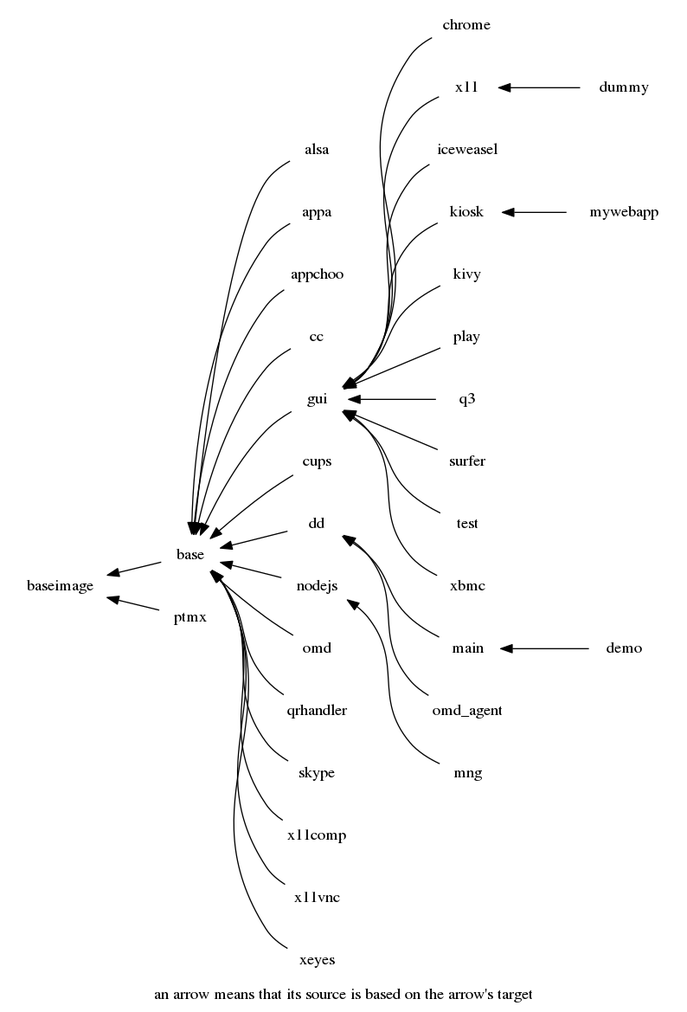
hilbert/hilbert-docker-images keeps this Graphviz diagram as docs/deps.png. Above is the earlier version. Its source is kept beside it as docs/deps.dot.
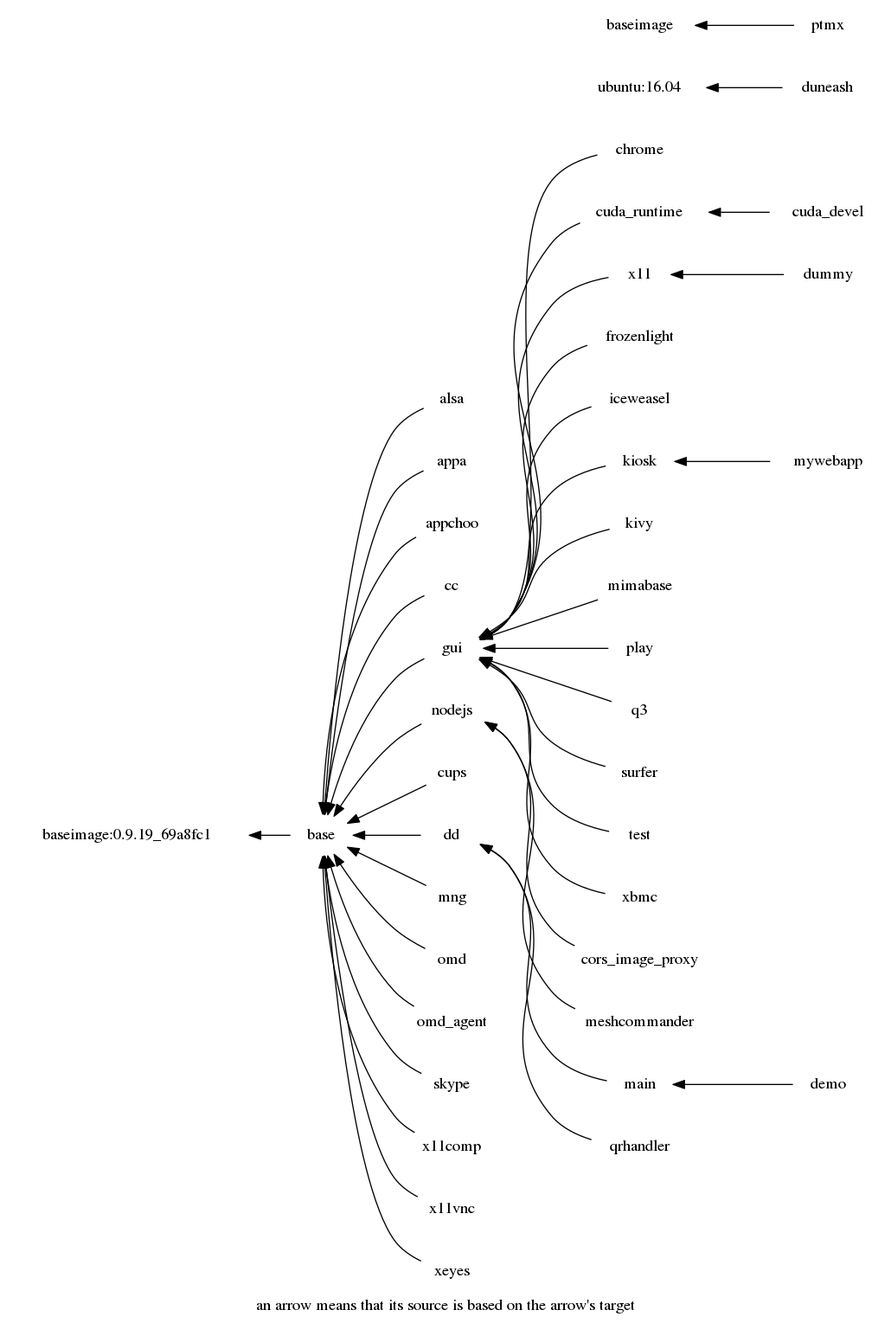
Later version of the same file.

Commit message:
Update dependency tree between images

The edit, as a diff of the source:
```diff
@@ -2,27 +2,34 @@
 "alsa" -> "base" ;
 "appa" -> "base" ;
 "appchoo" -> "base" ;
-"base" -> "baseimage" ;
+"base" -> "baseimage:0.9.19_69a8fc1" ;
 "cc" -> "base" ;
 "chrome" -> "gui" ;
+"cors_image_proxy" -> "nodejs" ;
+"cuda_devel" -> "cuda_runtime" ;
+"cuda_runtime" -> "gui" ;
 "cups" -> "base" ;
 "dd" -> "base" ;
 "demo" -> "main" ;
 "dummy" -> "x11" ;
+"duneash" -> "ubuntu:16.04" ;
+"frozenlight" -> "gui" ;
 "gui" -> "base" ;
 "iceweasel" -> "gui" ;
 "kiosk" -> "gui" ;
 "kivy" -> "gui" ;
 "main" -> "dd" ;
-"mng" -> "nodejs" ;
+"meshcommander" -> "nodejs" ;
+"mimabase" -> "gui" ;
+"mng" -> "base" ;
 "mywebapp" -> "kiosk" ;
 "nodejs" -> "base" ;
 "omd" -> "base" ;
-"omd_agent" -> "dd" ;
+"omd_agent" -> "base" ;
 "play" -> "gui" ;
 "ptmx" -> "baseimage" ;
 "q3" -> "gui" ;
-"qrhandler" -> "base" ;
+"qrhandler" -> "dd" ;
 "skype" -> "base" ;
 "surfer" -> "gui" ;
 "test" -> "gui" ;
```
